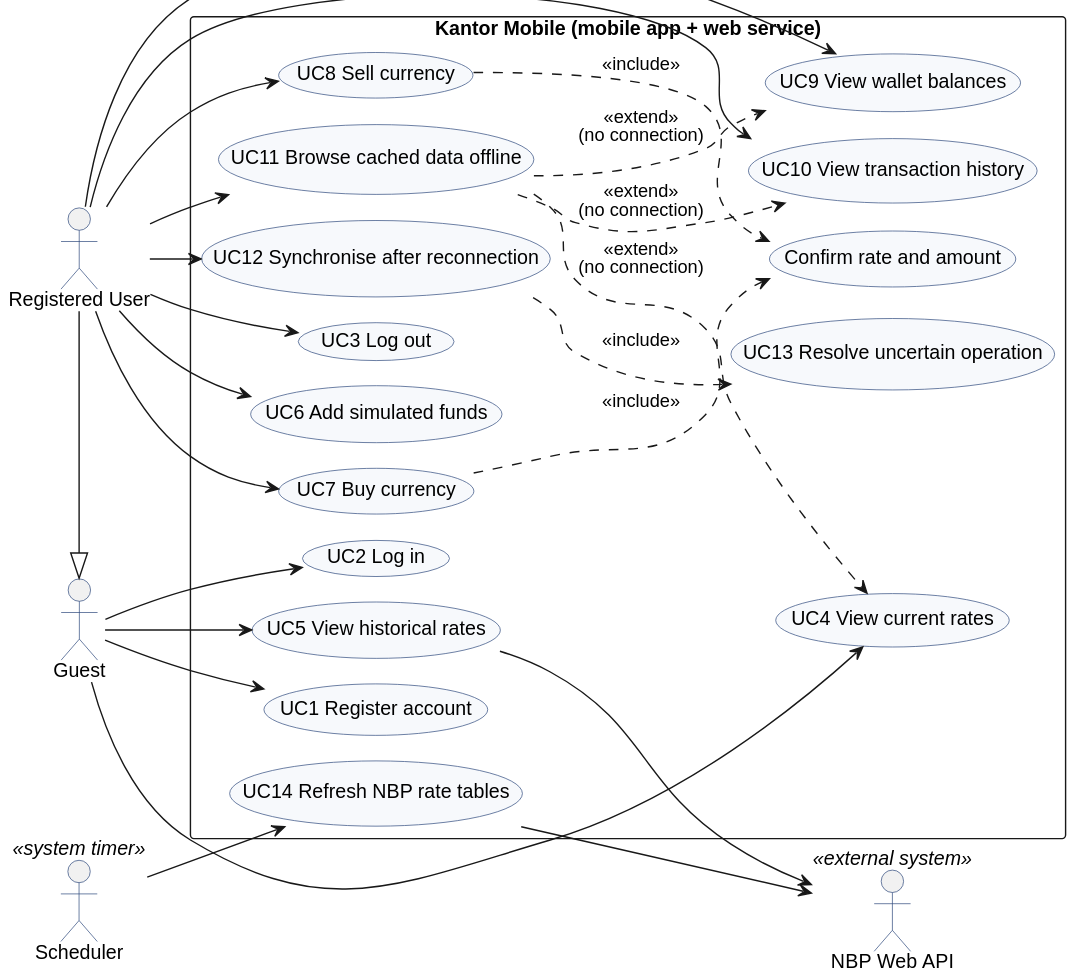
Above: docs/M1/diagrams/svg/use-case.svg in hasanmertyilmaz/currency-exchange-hmy (PlantUML), before the change. Source of this version:
```plantuml
@startuml
!pragma layout smetana
left to right direction
skinparam shadowing false
skinparam defaultFontName Helvetica
skinparam usecase {
  BackgroundColor #F7F9FC
  BorderColor #2E4A7D
}
skinparam actorBorderColor #2E4A7D
skinparam packageStyle rectangle

actor "Guest" as Guest
actor "Registered User" as User
actor "NBP Web API" as NBP <<external system>>
actor "Scheduler" as Timer <<system timer>>

User -|> Guest

rectangle "Kantor Mobile (mobile app + web service)" {
  usecase "UC1 Register account" as UC1
  usecase "UC2 Log in" as UC2
  usecase "UC3 Log out" as UC3
  usecase "UC4 View current rates" as UC4
  usecase "UC5 View historical rates" as UC5
  usecase "UC6 Add simulated funds" as UC6
  usecase "UC7 Buy currency" as UC7
  usecase "UC8 Sell currency" as UC8
  usecase "UC9 View wallet balances" as UC9
  usecase "UC10 View transaction history" as UC10
  usecase "UC11 Browse cached data offline" as UC11
  usecase "UC12 Synchronise after reconnection" as UC12
  usecase "UC13 Resolve uncertain operation" as UC13
  usecase "UC14 Refresh NBP rate tables" as UC14
  usecase "Confirm rate and amount" as UCC
}

Guest --> UC1
Guest --> UC2
Guest --> UC4
Guest --> UC5

User --> UC3
User --> UC6
User --> UC7
User --> UC8
User --> UC9
User --> UC10
User --> UC11
User --> UC12

UC7 ..> UCC : <<include>>
UC8 ..> UCC : <<include>>
UC12 ..> UC13 : <<include>>
UC11 ..> UC4 : <<extend>>\n(no connection)
UC11 ..> UC9 : <<extend>>\n(no connection)
UC11 ..> UC10 : <<extend>>\n(no connection)

Timer --> UC14
UC14 --> NBP
UC5 --> NBP
@enduml
```
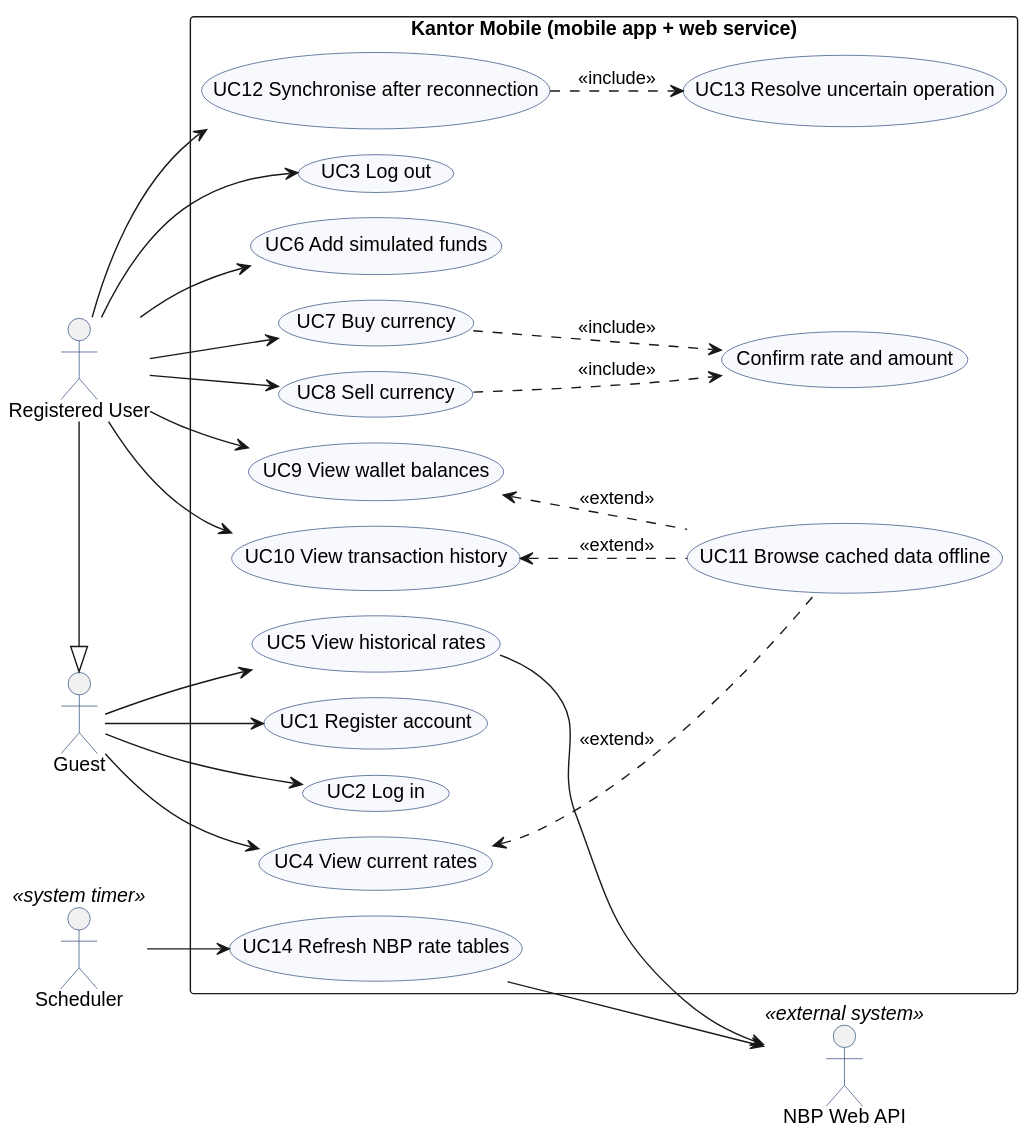
After the commit.

Commit message:
docs(m1): untangle use case diagram layout

The edit, as a diff of the source:
```diff
@@ -9,54 +9,46 @@
 }
 skinparam actorBorderColor #2E4A7D
 skinparam packageStyle rectangle
-
 actor "Guest" as Guest
 actor "Registered User" as User
 actor "NBP Web API" as NBP <<external system>>
 actor "Scheduler" as Timer <<system timer>>
-
 User -|> Guest
-
 rectangle "Kantor Mobile (mobile app + web service)" {
   usecase "UC1 Register account" as UC1
   usecase "UC2 Log in" as UC2
-  usecase "UC3 Log out" as UC3
   usecase "UC4 View current rates" as UC4
   usecase "UC5 View historical rates" as UC5
+  usecase "UC3 Log out" as UC3
   usecase "UC6 Add simulated funds" as UC6
   usecase "UC7 Buy currency" as UC7
   usecase "UC8 Sell currency" as UC8
+  usecase "Confirm rate and amount" as UCC
   usecase "UC9 View wallet balances" as UC9
   usecase "UC10 View transaction history" as UC10
   usecase "UC11 Browse cached data offline" as UC11
   usecase "UC12 Synchronise after reconnection" as UC12
   usecase "UC13 Resolve uncertain operation" as UC13
   usecase "UC14 Refresh NBP rate tables" as UC14
-  usecase "Confirm rate and amount" as UCC
 }
-
 Guest --> UC1
 Guest --> UC2
 Guest --> UC4
 Guest --> UC5
-
 User --> UC3
 User --> UC6
 User --> UC7
 User --> UC8
 User --> UC9
 User --> UC10
-User --> UC11
 User --> UC12
-
 UC7 ..> UCC : <<include>>
 UC8 ..> UCC : <<include>>
 UC12 ..> UC13 : <<include>>
-UC11 ..> UC4 : <<extend>>\n(no connection)
-UC11 ..> UC9 : <<extend>>\n(no connection)
-UC11 ..> UC10 : <<extend>>\n(no connection)
-
+UC4 <.. UC11 : <<extend>>
+UC9 <.. UC11 : <<extend>>
+UC10 <.. UC11 : <<extend>>
+UC5 --> NBP
+UC14 --> NBP
 Timer --> UC14
-UC14 --> NBP
-UC5 --> NBP
 @enduml
```
